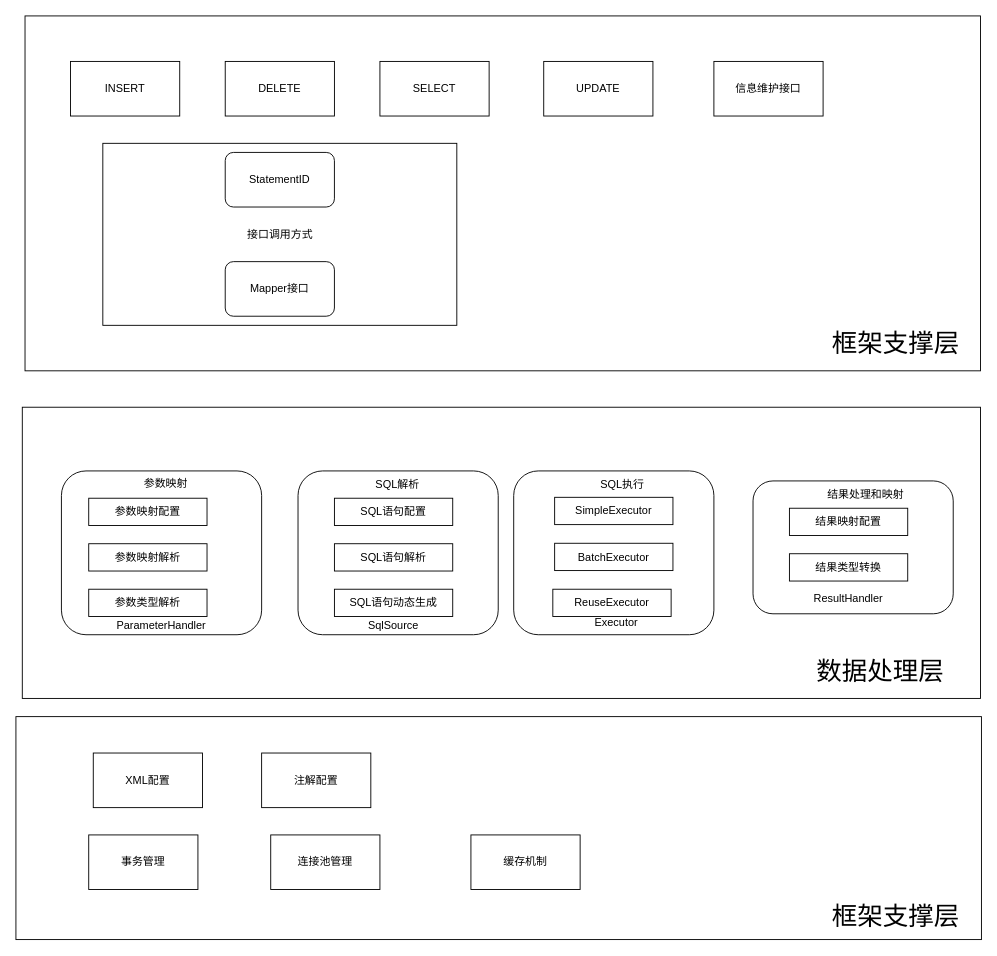
The draw.io diagram Mybatis架构图.drawio in nullbull/uml, before the edit. Source tidied: cells renumbered, new cells numbered last; positions are measured from the earlier drawing's top-left corner, leaving out a move shared by most shapes. Both pictures are drawn from the tidied source at 91%, with x=0, y=0 at pixel (15, 15).
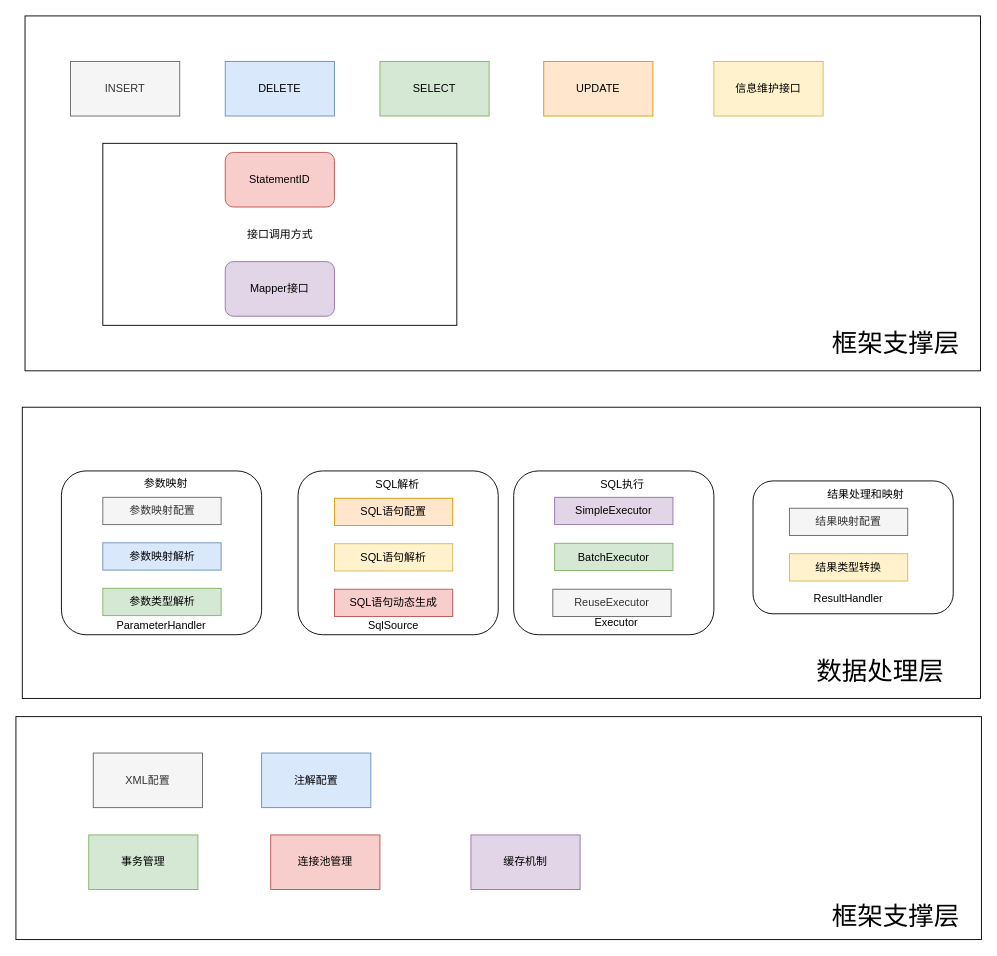
Above is the later version.

Commit message:
更新Mybatis架构图.drawio

Diff of the diagram source:
```diff
@@
-    <mxCell id="6" value="INSERT" style="rounded=0;whiteSpace=wrap;html=1;" parent="1" vertex="1">
+    <mxCell id="6" value="INSERT" style="rounded=0;whiteSpace=wrap;html=1;fillColor=#f5f5f5;strokeColor=#666666;fontColor=#333333;" parent="1" vertex="1">
       <mxGeometry x="60" y="50" width="120" height="60" as="geometry" />
     </mxCell>
-    <mxCell id="7" value="DELETE" style="rounded=0;whiteSpace=wrap;html=1;" parent="1" vertex="1">
+    <mxCell id="7" value="DELETE" style="rounded=0;whiteSpace=wrap;html=1;fillColor=#dae8fc;strokeColor=#6c8ebf;" parent="1" vertex="1">
       <mxGeometry x="230" y="50" width="120" height="60" as="geometry" />
     </mxCell>
-    <mxCell id="8" value="SELECT" style="rounded=0;whiteSpace=wrap;html=1;" parent="1" vertex="1">
+    <mxCell id="8" value="SELECT" style="rounded=0;whiteSpace=wrap;html=1;fillColor=#d5e8d4;strokeColor=#82b366;" parent="1" vertex="1">
       <mxGeometry x="400" y="50" width="120" height="60" as="geometry" />
     </mxCell>
-    <mxCell id="9" value="UPDATE" style="rounded=0;whiteSpace=wrap;html=1;" parent="1" vertex="1">
+    <mxCell id="9" value="UPDATE" style="rounded=0;whiteSpace=wrap;html=1;fillColor=#ffe6cc;strokeColor=#d79b00;" parent="1" vertex="1">
       <mxGeometry x="580" y="50" width="120" height="60" as="geometry" />
     </mxCell>
-    <mxCell id="10" value="信息维护接口" style="rounded=0;whiteSpace=wrap;html=1;" parent="1" vertex="1">
+    <mxCell id="10" value="信息维护接口" style="rounded=0;whiteSpace=wrap;html=1;fillColor=#fff2cc;strokeColor=#d6b656;" parent="1" vertex="1">
       <mxGeometry x="767" y="50" width="120" height="60" as="geometry" />
     </mxCell>
-    <mxCell id="11" value="StatementID" style="rounded=1;whiteSpace=wrap;html=1;" parent="1" vertex="1">
+    <mxCell id="11" value="StatementID" style="rounded=1;whiteSpace=wrap;html=1;fillColor=#f8cecc;strokeColor=#b85450;" parent="1" vertex="1">
       <mxGeometry x="230" y="150" width="120" height="60" as="geometry" />
     </mxCell>
-    <mxCell id="12" value="Mapper接口" style="rounded=1;whiteSpace=wrap;html=1;" parent="1" vertex="1">
+    <mxCell id="12" value="Mapper接口" style="rounded=1;whiteSpace=wrap;html=1;fillColor=#e1d5e7;strokeColor=#9673a6;" parent="1" vertex="1">
       <mxGeometry x="230" y="270" width="120" height="60" as="geometry" />
     </mxCell>
@@
-    <mxCell id="15" value="参数映射配置" style="rounded=0;whiteSpace=wrap;html=1;" parent="1" vertex="1">
-      <mxGeometry x="80" y="530" width="130" height="30" as="geometry" />
+    <mxCell id="15" value="参数映射配置" style="rounded=0;whiteSpace=wrap;html=1;fillColor=#f5f5f5;strokeColor=#666666;fontColor=#333333;" parent="1" vertex="1">
+      <mxGeometry x="95.5" y="529" width="130" height="30" as="geometry" />
     </mxCell>
-    <mxCell id="16" value="参数映射解析" style="rounded=0;whiteSpace=wrap;html=1;" parent="1" vertex="1">
-      <mxGeometry x="80" y="580" width="130" height="30" as="geometry" />
+    <mxCell id="16" value="参数映射解析" style="rounded=0;whiteSpace=wrap;html=1;fillColor=#dae8fc;strokeColor=#6c8ebf;" parent="1" vertex="1">
+      <mxGeometry x="95.5" y="579" width="130" height="30" as="geometry" />
     </mxCell>
-    <mxCell id="17" value="参数类型解析" style="rounded=0;whiteSpace=wrap;html=1;" parent="1" vertex="1">
-      <mxGeometry x="80" y="630" width="130" height="30" as="geometry" />
+    <mxCell id="17" value="参数类型解析" style="rounded=0;whiteSpace=wrap;html=1;fillColor=#d5e8d4;strokeColor=#82b366;" parent="1" vertex="1">
+      <mxGeometry x="95.5" y="629" width="130" height="30" as="geometry" />
     </mxCell>
-    <mxCell id="18" value="SQL语句配置" style="rounded=0;whiteSpace=wrap;html=1;" parent="1" vertex="1">
+    <mxCell id="18" value="SQL语句配置" style="rounded=0;whiteSpace=wrap;html=1;fillColor=#ffe6cc;strokeColor=#d79b00;" parent="1" vertex="1">
       <mxGeometry x="350" y="530" width="130" height="30" as="geometry" />
     </mxCell>
-    <mxCell id="19" value="SQL语句解析" style="rounded=0;whiteSpace=wrap;html=1;" parent="1" vertex="1">
+    <mxCell id="19" value="SQL语句解析" style="rounded=0;whiteSpace=wrap;html=1;fillColor=#fff2cc;strokeColor=#d6b656;" parent="1" vertex="1">
       <mxGeometry x="350" y="580" width="130" height="30" as="geometry" />
     </mxCell>
-    <mxCell id="20" value="SQL语句动态生成" style="rounded=0;whiteSpace=wrap;html=1;" parent="1" vertex="1">
+    <mxCell id="20" value="SQL语句动态生成" style="rounded=0;whiteSpace=wrap;html=1;fillColor=#f8cecc;strokeColor=#b85450;" parent="1" vertex="1">
       <mxGeometry x="350" y="630" width="130" height="30" as="geometry" />
     </mxCell>
@@
-    <mxCell id="22" value="SimpleExecutor" style="rounded=0;whiteSpace=wrap;html=1;" parent="1" vertex="1">
+    <mxCell id="22" value="SimpleExecutor" style="rounded=0;whiteSpace=wrap;html=1;fillColor=#e1d5e7;strokeColor=#9673a6;" parent="1" vertex="1">
       <mxGeometry x="592" y="529" width="130" height="30" as="geometry" />
     </mxCell>
-    <mxCell id="23" value="BatchExecutor" style="rounded=0;whiteSpace=wrap;html=1;" parent="1" vertex="1">
+    <mxCell id="23" value="BatchExecutor" style="rounded=0;whiteSpace=wrap;html=1;fillColor=#d5e8d4;strokeColor=#82b366;" parent="1" vertex="1">
       <mxGeometry x="592" y="579.5" width="130" height="30" as="geometry" />
     </mxCell>
-    <mxCell id="24" value="ReuseExecutor" style="rounded=0;whiteSpace=wrap;html=1;" parent="1" vertex="1">
+    <mxCell id="24" value="ReuseExecutor" style="rounded=0;whiteSpace=wrap;html=1;fillColor=#f5f5f5;strokeColor=#666666;fontColor=#333333;" parent="1" vertex="1">
       <mxGeometry x="590" y="630" width="130" height="30" as="geometry" />
     </mxCell>
@@
-    <mxCell id="29" value="结果映射配置" style="rounded=0;whiteSpace=wrap;html=1;" parent="1" vertex="1">
+    <mxCell id="29" value="结果映射配置" style="rounded=0;whiteSpace=wrap;html=1;fillColor=#f5f5f5;strokeColor=#666666;fontColor=#333333;" parent="1" vertex="1">
       <mxGeometry x="850" y="541" width="130" height="30" as="geometry" />
     </mxCell>
-    <mxCell id="30" value="结果类型转换" style="rounded=0;whiteSpace=wrap;html=1;" parent="1" vertex="1">
+    <mxCell id="30" value="结果类型转换" style="rounded=0;whiteSpace=wrap;html=1;fillColor=#fff2cc;strokeColor=#d6b656;" parent="1" vertex="1">
       <mxGeometry x="850" y="591" width="130" height="30" as="geometry" />
     </mxCell>
@@
-    <mxCell id="36" value="XML配置" style="rounded=0;whiteSpace=wrap;html=1;" parent="1" vertex="1">
+    <mxCell id="36" value="XML配置" style="rounded=0;whiteSpace=wrap;html=1;fillColor=#f5f5f5;strokeColor=#666666;fontColor=#333333;" parent="1" vertex="1">
       <mxGeometry x="85" y="810" width="120" height="60" as="geometry" />
     </mxCell>
-    <mxCell id="37" value="注解配置" style="rounded=0;whiteSpace=wrap;html=1;" parent="1" vertex="1">
+    <mxCell id="37" value="注解配置" style="rounded=0;whiteSpace=wrap;html=1;fillColor=#dae8fc;strokeColor=#6c8ebf;" parent="1" vertex="1">
       <mxGeometry x="270" y="810" width="120" height="60" as="geometry" />
     </mxCell>
-    <mxCell id="38" value="事务管理" style="rounded=0;whiteSpace=wrap;html=1;" parent="1" vertex="1">
+    <mxCell id="38" value="事务管理" style="rounded=0;whiteSpace=wrap;html=1;fillColor=#d5e8d4;strokeColor=#82b366;" parent="1" vertex="1">
       <mxGeometry x="80" y="900" width="120" height="60" as="geometry" />
     </mxCell>
-    <mxCell id="39" value="连接池管理" style="rounded=0;whiteSpace=wrap;html=1;" parent="1" vertex="1">
+    <mxCell id="39" value="连接池管理" style="rounded=0;whiteSpace=wrap;html=1;fillColor=#f8cecc;strokeColor=#b85450;" parent="1" vertex="1">
       <mxGeometry x="280" y="900" width="120" height="60" as="geometry" />
     </mxCell>
-    <mxCell id="40" value="缓存机制" style="rounded=0;whiteSpace=wrap;html=1;" parent="1" vertex="1">
+    <mxCell id="40" value="缓存机制" style="rounded=0;whiteSpace=wrap;html=1;fillColor=#e1d5e7;strokeColor=#9673a6;" parent="1" vertex="1">
       <mxGeometry x="500" y="900" width="120" height="60" as="geometry" />
     </mxCell>
```
